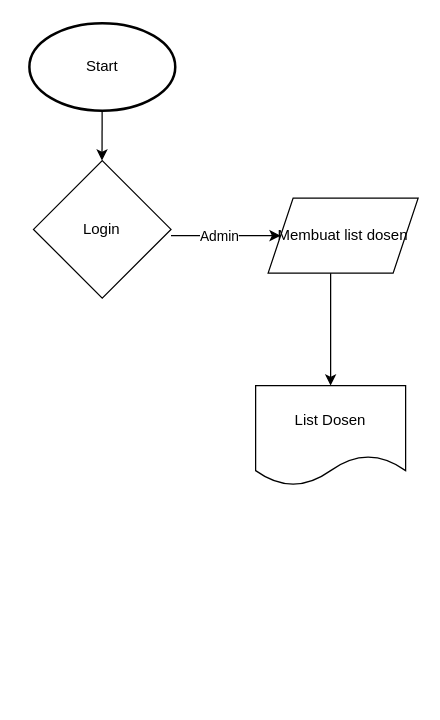
Before: Diagram Tanpa Judul.drawio in Eara032/drawio, a draw.io diagram. Source tidied: cells renumbered, new cells numbered last; positions are measured from the earlier drawing's top-left corner, leaving out a move shared by most shapes. Both pictures are drawn from the tidied source at 125%, with x=0, y=0 at pixel (29, 22).
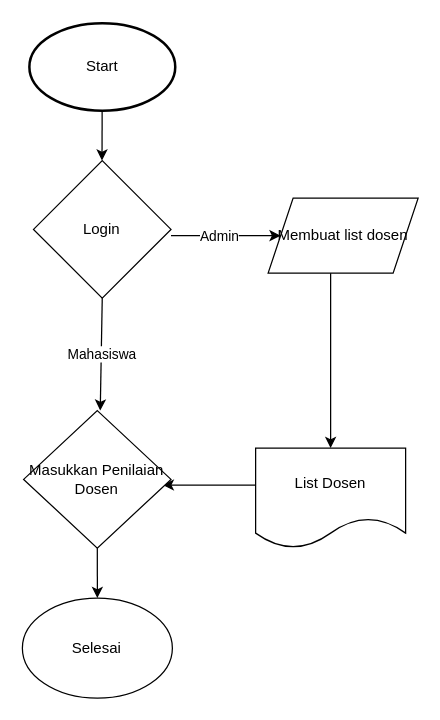
The same diagram, later.

Unchanged cells that the change refers to:
```xml
<mxCell id="4" value="Login" style="rhombus;whiteSpace=wrap;html=1;" parent="1" vertex="1">
  <mxGeometry x="3.3" y="110" width="110" height="110" as="geometry" />
</mxCell>
```

Diff of the diagram source:
```diff
@@
     <mxCell id="8" value="List Dosen" style="shape=document;whiteSpace=wrap;html=1;boundedLbl=1;" parent="1" vertex="1">
-      <mxGeometry x="181" y="290" width="120" height="80" as="geometry" />
+      <mxGeometry x="181" y="340" width="120" height="80" as="geometry" />
     </mxCell>
@@
+    <mxCell id="10" value="Mahasiswa" style="endArrow=classic;html=1;rounded=0;exitX=0.5;exitY=1;exitDx=0;exitDy=0;entryX=0.5;entryY=0;entryDx=0;entryDy=0;" parent="1" edge="1" source="4">
+      <mxGeometry relative="1" as="geometry">
+        <mxPoint x="56.7" y="310" as="targetPoint" />
+      </mxGeometry>
+    </mxCell>
+    <mxCell id="11" style="endArrow=classic;html=1;rounded=0;entryX=1;entryY=0.5;entryDx=0;entryDy=0;" parent="1" edge="1">
+      <mxGeometry relative="1" as="geometry">
+        <mxPoint x="181" y="369.5" as="sourcePoint" />
+        <mxPoint x="106.7" y="369.5" as="targetPoint" />
+      </mxGeometry>
+    </mxCell>
+    <mxCell id="12" value="Masukkan Penilaian Dosen" style="rhombus;whiteSpace=wrap;html=1;" parent="1" vertex="1">
+      <mxGeometry x="-4.6" y="310" width="117.9" height="110" as="geometry" />
+    </mxCell>
+    <mxCell id="13" value="Selesai" style="ellipse;whiteSpace=wrap;html=1;" parent="1" vertex="1">
+      <mxGeometry x="-5.6" y="460" width="120" height="80" as="geometry" />
+    </mxCell>
+    <mxCell id="14" style="endArrow=classic;html=1;rounded=0;exitX=0.5;exitY=1;exitDx=0;exitDy=0;entryX=0.5;entryY=0;entryDx=0;entryDy=0;" parent="1" edge="1" source="12" target="13">
+      <mxGeometry relative="1" as="geometry" />
+    </mxCell>
```
